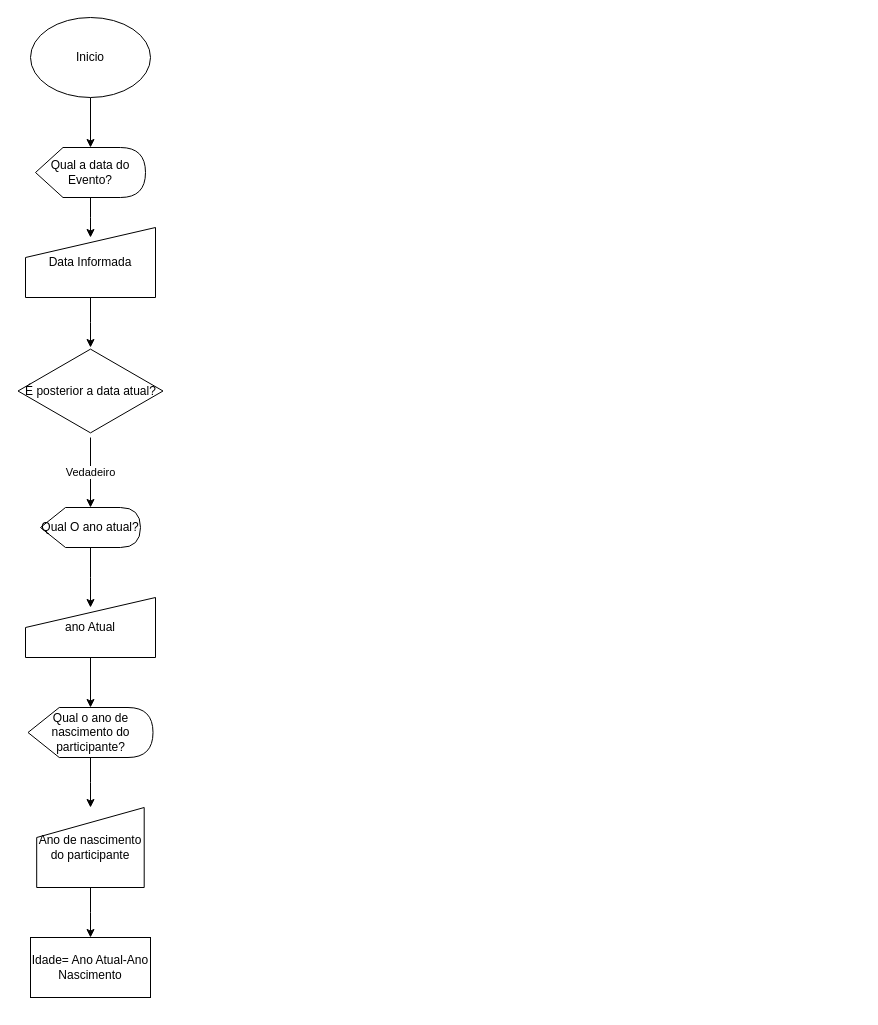
This is Untitled Diagram.drawio from edsonbritto/UC8_SistemaDeCadastroDeEvento, a draw.io file, before an edit. Source tidied: cells renumbered, new cells numbered last; positions are measured from the earlier drawing's top-left corner, leaving out a move shared by most shapes. Both pictures are drawn from the tidied source at 100%, with x=0, y=0 at pixel (18, 17).
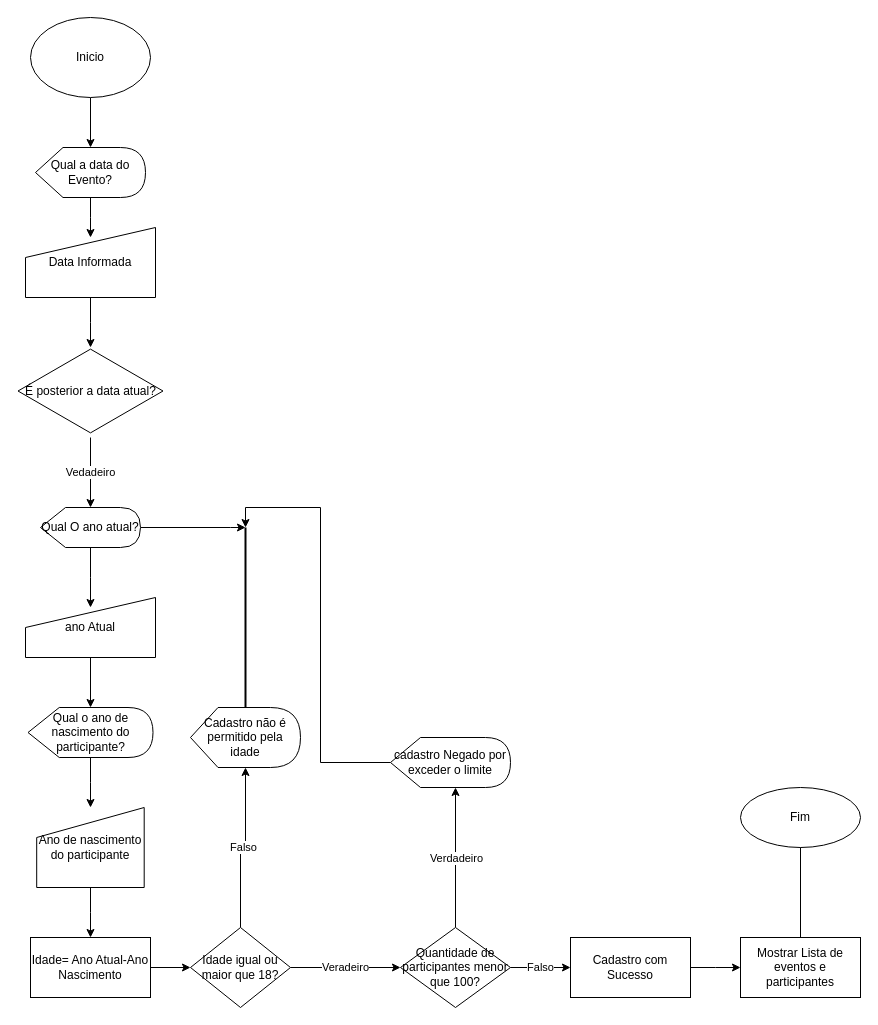
The same page after the edit.

The change refers to these unchanged cells:
```xml
<mxCell id="11" value="Qual O ano atual?" style="shape=display;whiteSpace=wrap;html=1;" parent="1" vertex="1">
  <mxGeometry x="22" y="490" width="100" height="40" as="geometry" />
</mxCell>
<mxCell id="18" value="Idade= Ano Atual-Ano Nascimento" style="rounded=0;whiteSpace=wrap;html=1;" parent="1" vertex="1">
  <mxGeometry x="12" y="920" width="120" height="60" as="geometry" />
</mxCell>
```

Change to the diagram source:
```diff
@@
+    <mxCell id="19" style="edgeStyle=orthogonalEdgeStyle;rounded=0;jettySize=auto;html=1;entryX=1;entryY=0.5;entryDx=0;entryDy=0;entryPerimeter=0;" parent="1" edge="1" source="11" target="33">
+      <mxGeometry relative="1" as="geometry">
+        <Array as="points">
+          <mxPoint x="212" y="510" />
+          <mxPoint x="212" y="510" />
+        </Array>
+      </mxGeometry>
+    </mxCell>
@@
+    <mxCell id="20" style="edgeStyle=orthogonalEdgeStyle;rounded=0;jettySize=auto;html=1;" parent="1" edge="1" source="18" target="23">
+      <mxGeometry relative="1" as="geometry" />
+    </mxCell>
@@
+    <mxCell id="21" value="Falso" style="edgeStyle=orthogonalEdgeStyle;rounded=0;jettySize=auto;html=1;" parent="1" edge="1" source="23" target="24">
+      <mxGeometry relative="1" as="geometry" />
+    </mxCell>
+    <mxCell id="22" value="Veradeiro" style="edgeStyle=orthogonalEdgeStyle;rounded=0;jettySize=auto;html=1;" parent="1" edge="1" source="23">
+      <mxGeometry relative="1" as="geometry">
+        <mxPoint x="382" y="950" as="targetPoint" />
+      </mxGeometry>
+    </mxCell>
+    <mxCell id="23" value="Idade igual ou maior que 18?" style="rhombus;whiteSpace=wrap;html=1;" parent="1" vertex="1">
+      <mxGeometry x="172" y="910" width="100" height="80" as="geometry" />
+    </mxCell>
+    <mxCell id="24" value="Cadastro não é permitido pela idade" style="shape=display;whiteSpace=wrap;html=1;" parent="1" vertex="1">
+      <mxGeometry x="172" y="690" width="110" height="60" as="geometry" />
+    </mxCell>
+    <mxCell id="25" value="Falso" style="edgeStyle=orthogonalEdgeStyle;rounded=0;jettySize=auto;html=1;" parent="1" edge="1" source="27" target="29">
+      <mxGeometry relative="1" as="geometry" />
+    </mxCell>
+    <mxCell id="26" value="Verdadeiro" style="edgeStyle=orthogonalEdgeStyle;rounded=0;jettySize=auto;html=1;" parent="1" edge="1" source="27">
+      <mxGeometry relative="1" as="geometry">
+        <mxPoint x="437" y="770" as="targetPoint" />
+      </mxGeometry>
+    </mxCell>
+    <mxCell id="27" value="Quantidade de participantes menor que 100?" style="rhombus;whiteSpace=wrap;html=1;" parent="1" vertex="1">
+      <mxGeometry x="382" y="910" width="110" height="80" as="geometry" />
+    </mxCell>
+    <mxCell id="28" style="edgeStyle=orthogonalEdgeStyle;rounded=0;jettySize=auto;html=1;" parent="1" edge="1" source="29">
+      <mxGeometry relative="1" as="geometry">
+        <mxPoint x="722" y="950" as="targetPoint" />
+      </mxGeometry>
+    </mxCell>
+    <mxCell id="29" value="Cadastro com Sucesso" style="rounded=0;whiteSpace=wrap;html=1;" parent="1" vertex="1">
+      <mxGeometry x="552" y="920" width="120" height="60" as="geometry" />
+    </mxCell>
+    <mxCell id="30" style="edgeStyle=orthogonalEdgeStyle;rounded=0;jettySize=auto;html=1;" parent="1" edge="1" source="31">
+      <mxGeometry relative="1" as="geometry">
+        <mxPoint x="782" y="820" as="targetPoint" />
+      </mxGeometry>
+    </mxCell>
+    <mxCell id="31" value="Mostrar Lista de eventos e participantes" style="whiteSpace=wrap;html=1;" parent="1" vertex="1">
+      <mxGeometry x="722" y="920" width="120" height="60" as="geometry" />
+    </mxCell>
+    <mxCell id="32" value="Fim" style="ellipse;whiteSpace=wrap;html=1;" parent="1" vertex="1">
+      <mxGeometry x="722" y="770" width="120" height="60" as="geometry" />
+    </mxCell>
+    <mxCell id="33" style="line;strokeWidth=2;direction=north;html=1;" parent="1" vertex="1">
+      <mxGeometry x="222" y="510" width="10" height="180" as="geometry" />
+    </mxCell>
+    <mxCell id="34" style="edgeStyle=orthogonalEdgeStyle;rounded=0;jettySize=auto;html=1;entryX=1;entryY=0.5;entryDx=0;entryDy=0;entryPerimeter=0;" parent="1" edge="1" source="35" target="33">
+      <mxGeometry relative="1" as="geometry" />
+    </mxCell>
+    <mxCell id="35" value="cadastro Negado por exceder o limite" style="shape=display;whiteSpace=wrap;html=1;" parent="1" vertex="1">
+      <mxGeometry x="372" y="720" width="120" height="50" as="geometry" />
+    </mxCell>
```
